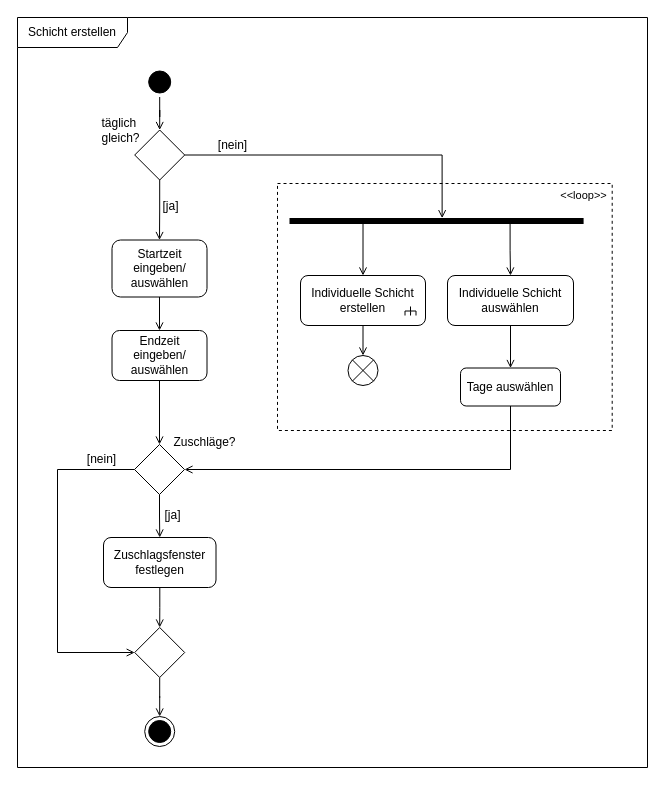
Before: 4_Entwurf/4_UML/4_UML_Aktivitätsdiagramme/ad_SchichtErstellen.drawio in annikalenneper/praxisprojekt_mi_bachelor_SoSe24, a draw.io diagram. Source tidied: cells renumbered, new cells numbered last; positions are measured from the earlier drawing's top-left corner, leaving out a move shared by most shapes. Both pictures are drawn from the tidied source at 100%, with x=0, y=0 at pixel (17, 17).
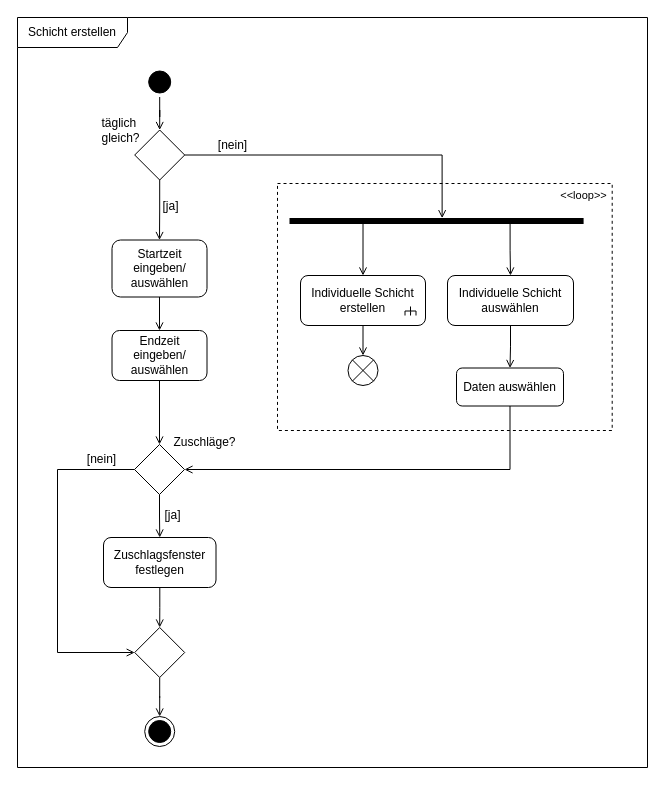
After the change.

Commit message:
changed expression from "day" to "date" for more accuracy

Change to the diagram source:
```diff
@@
-    <mxCell id="29" value="Tage auswählen" style="rounded=1;whiteSpace=wrap;html=1;" parent="1" vertex="1">
-      <mxGeometry x="443" y="350.5" width="100" height="38" as="geometry" />
+    <mxCell id="29" value="Daten auswählen" style="rounded=1;whiteSpace=wrap;html=1;" parent="1" vertex="1">
+      <mxGeometry x="439" y="350.5" width="107" height="38" as="geometry" />
     </mxCell>
```
